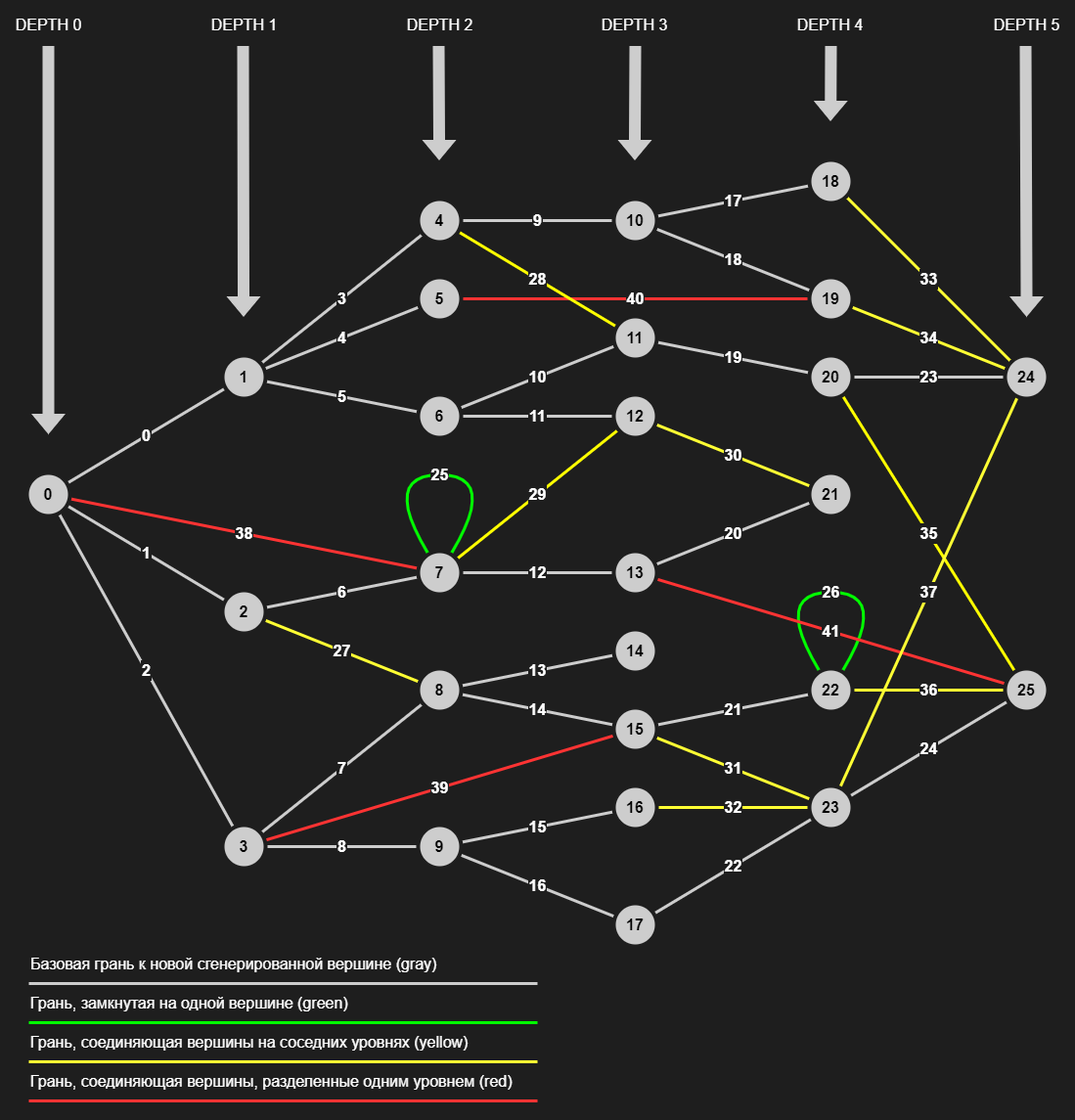
Earlier version of the draw.io export practice/task_04/graph.png (Friend-LGA/uni_course_cpp). Source tidied: cells renumbered, new cells last; positions are measured from the earlier drawing's top-left corner, leaving out a move shared by most shapes.
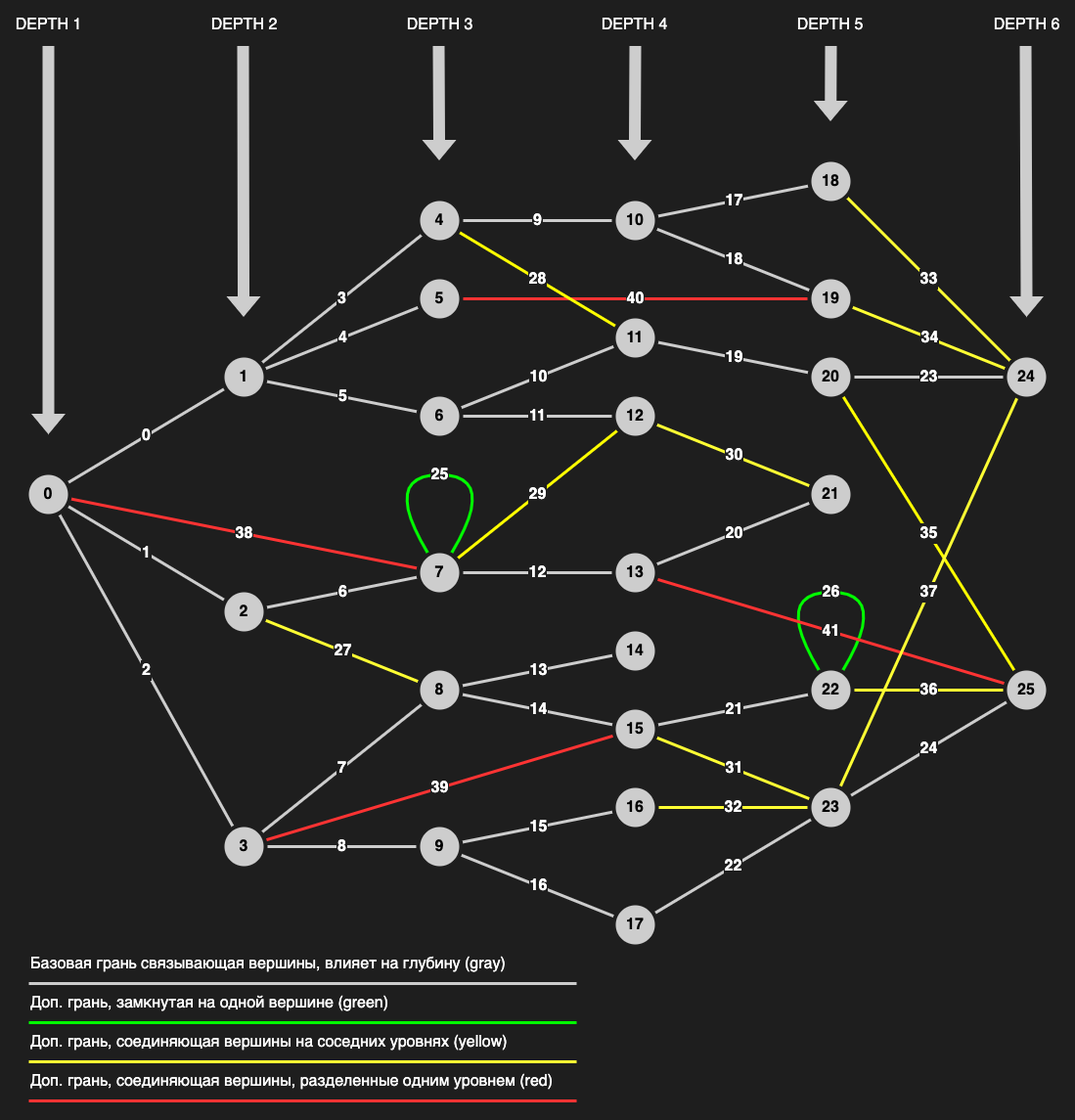
After the change.

What changed in the source:
```diff
@@ -192,42 +192,42 @@
     <mxCell id="61" value="24" style="ellipse;strokeColor=none;fontStyle=1;fontSize=16;fillColor=#CDCDCD;html=1;whiteSpace=wrap;labelBorderColor=none;verticalAlign=middle;align=center;" parent="1" vertex="1">
       <mxGeometry x="1000" y="320" width="40" height="40" as="geometry" />
     </mxCell>
-    <mxCell id="62" value="DEPTH 0" style="shape=flexArrow;endArrow=classic;html=1;fillColor=#CDCDCD;fontSize=16;fontStyle=0;fontColor=#FFFFFF;labelBackgroundColor=none;strokeWidth=3;strokeColor=none;rounded=1;" parent="1" edge="1">
+    <mxCell id="62" value="DEPTH 1" style="shape=flexArrow;endArrow=classic;html=1;fillColor=#CDCDCD;fontSize=16;fontStyle=0;fontColor=#FFFFFF;labelBackgroundColor=none;strokeWidth=3;strokeColor=none;rounded=1;" parent="1" edge="1">
       <mxGeometry x="-1" y="-20" relative="1" as="geometry">
         <mxPoint x="20" as="sourcePoint" />
         <mxPoint x="20" y="400" as="targetPoint" />
         <mxPoint x="20" y="-20" as="offset" />
       </mxGeometry>
     </mxCell>
-    <mxCell id="63" value="DEPTH 1&lt;br&gt;" style="shape=flexArrow;endArrow=classic;html=1;fillColor=#CDCDCD;fontSize=16;fontStyle=0;fontColor=#FFFFFF;labelBackgroundColor=none;strokeWidth=3;strokeColor=none;rounded=1;" parent="1" edge="1">
+    <mxCell id="63" value="DEPTH 2" style="shape=flexArrow;endArrow=classic;html=1;fillColor=#CDCDCD;fontSize=16;fontStyle=0;fontColor=#FFFFFF;labelBackgroundColor=none;strokeWidth=3;strokeColor=none;rounded=1;" parent="1" edge="1">
       <mxGeometry x="-1" y="20" relative="1" as="geometry">
         <mxPoint x="219" as="sourcePoint" />
         <mxPoint x="219.5" y="280" as="targetPoint" />
         <mxPoint x="-19" y="-20" as="offset" />
       </mxGeometry>
     </mxCell>
-    <mxCell id="64" value="DEPTH 2" style="shape=flexArrow;endArrow=classic;html=1;fillColor=#CDCDCD;fontSize=16;fontStyle=0;fontColor=#FFFFFF;labelBackgroundColor=none;strokeWidth=3;strokeColor=none;rounded=1;" parent="1" edge="1">
+    <mxCell id="64" value="DEPTH 3" style="shape=flexArrow;endArrow=classic;html=1;fillColor=#CDCDCD;fontSize=16;fontStyle=0;fontColor=#FFFFFF;labelBackgroundColor=none;strokeWidth=3;strokeColor=none;rounded=1;" parent="1" edge="1">
       <mxGeometry x="-1" y="20" relative="1" as="geometry">
         <mxPoint x="419" as="sourcePoint" />
         <mxPoint x="419.5" y="120" as="targetPoint" />
         <mxPoint x="-19" y="-20" as="offset" />
       </mxGeometry>
     </mxCell>
-    <mxCell id="65" value="DEPTH 3&lt;br&gt;" style="shape=flexArrow;endArrow=classic;html=1;fillColor=#CDCDCD;fontSize=16;fontStyle=0;fontColor=#FFFFFF;labelBackgroundColor=none;strokeWidth=3;strokeColor=none;rounded=1;" parent="1" edge="1">
+    <mxCell id="65" value="DEPTH 4" style="shape=flexArrow;endArrow=classic;html=1;fillColor=#CDCDCD;fontSize=16;fontStyle=0;fontColor=#FFFFFF;labelBackgroundColor=none;strokeWidth=3;strokeColor=none;rounded=1;" parent="1" edge="1">
       <mxGeometry x="-1" y="-20" relative="1" as="geometry">
         <mxPoint x="620" as="sourcePoint" />
         <mxPoint x="619.5" y="120" as="targetPoint" />
         <mxPoint x="19" y="-20" as="offset" />
       </mxGeometry>
     </mxCell>
-    <mxCell id="66" value="DEPTH 4" style="shape=flexArrow;endArrow=classic;html=1;fillColor=#CDCDCD;fontSize=16;fontStyle=0;fontColor=#FFFFFF;labelBackgroundColor=none;strokeWidth=3;strokeColor=none;rounded=1;" parent="1" edge="1">
+    <mxCell id="66" value="DEPTH 5" style="shape=flexArrow;endArrow=classic;html=1;fillColor=#CDCDCD;fontSize=16;fontStyle=0;fontColor=#FFFFFF;labelBackgroundColor=none;strokeWidth=3;strokeColor=none;rounded=1;" parent="1" edge="1">
       <mxGeometry x="-1" y="-20" relative="1" as="geometry">
         <mxPoint x="820" as="sourcePoint" />
         <mxPoint x="819.5" y="80" as="targetPoint" />
         <mxPoint x="19" y="-20" as="offset" />
       </mxGeometry>
     </mxCell>
-    <mxCell id="67" value="DEPTH 5&lt;br&gt;" style="shape=flexArrow;endArrow=classic;html=1;fillColor=#CDCDCD;fontSize=16;fontStyle=0;fontColor=#FFFFFF;labelBackgroundColor=none;strokeWidth=3;strokeColor=none;rounded=1;" parent="1" edge="1">
+    <mxCell id="67" value="DEPTH 6" style="shape=flexArrow;endArrow=classic;html=1;fillColor=#CDCDCD;fontSize=16;fontStyle=0;fontColor=#FFFFFF;labelBackgroundColor=none;strokeWidth=3;strokeColor=none;rounded=1;" parent="1" edge="1">
       <mxGeometry x="-1" y="20" relative="1" as="geometry">
         <mxPoint x="1019" as="sourcePoint" />
         <mxPoint x="1020" y="280" as="targetPoint" />
@@ -249,27 +249,27 @@
     <mxCell id="72" value="28" style="endArrow=none;endFill=0;fontSize=16;strokeWidth=3;labelBackgroundColor=#1e1e1e;fontColor=#FFFFFF;fontStyle=1;spacing=2;labelBorderColor=#1e1e1e;verticalAlign=middle;horizontal=1;html=1;shadow=0;jumpSize=6;targetPerimeterSpacing=4;sourcePerimeterSpacing=4;strokeColor=#FFFF00;" parent="1" edge="1" source="12" target="42">
       <mxGeometry relative="1" as="geometry" />
     </mxCell>
-    <mxCell id="73" value="Базовая грань к новой сгенерированной вершине (gray)" style="endArrow=none;endFill=0;fontSize=16;strokeWidth=3;labelBackgroundColor=none;fontColor=#FFFFFF;fontStyle=0;spacing=2;labelBorderColor=none;verticalAlign=middle;horizontal=1;html=1;shadow=0;strokeColor=#CDCDCD;jumpSize=6;targetPerimeterSpacing=4;sourcePerimeterSpacing=4;align=left;" parent="1" edge="1">
+    <mxCell id="73" value="Базовая грань связывающая вершины, влияет на глубину (gray)" style="endArrow=none;endFill=0;fontSize=16;strokeWidth=3;labelBackgroundColor=none;fontColor=#FFFFFF;fontStyle=0;spacing=2;labelBorderColor=none;verticalAlign=middle;horizontal=1;html=1;shadow=0;strokeColor=#CDCDCD;jumpSize=6;targetPerimeterSpacing=4;sourcePerimeterSpacing=4;align=left;" parent="1" edge="1">
       <mxGeometry x="-1" y="20" relative="1" as="geometry">
         <mxPoint y="960" as="sourcePoint" />
-        <mxPoint x="520" y="960" as="targetPoint" />
+        <mxPoint x="560" y="960" as="targetPoint" />
       </mxGeometry>
     </mxCell>
-    <mxCell id="74" value="Грань, замкнутая на одной вершине (green)" style="edgeStyle=none;orthogonalLoop=1;jettySize=auto;endArrow=none;endFill=0;fontSize=16;strokeWidth=3;labelBackgroundColor=none;fontColor=#FFFFFF;fontStyle=0;spacing=2;labelBorderColor=none;verticalAlign=middle;horizontal=1;html=1;shadow=0;jumpSize=6;targetPerimeterSpacing=4;sourcePerimeterSpacing=4;strokeColor=#00FF00;align=left;rounded=0;" parent="1" edge="1">
+    <mxCell id="74" value="Доп. грань, замкнутая на одной вершине (green)" style="edgeStyle=none;orthogonalLoop=1;jettySize=auto;endArrow=none;endFill=0;fontSize=16;strokeWidth=3;labelBackgroundColor=none;fontColor=#FFFFFF;fontStyle=0;spacing=2;labelBorderColor=none;verticalAlign=middle;horizontal=1;html=1;shadow=0;jumpSize=6;targetPerimeterSpacing=4;sourcePerimeterSpacing=4;strokeColor=#00FF00;align=left;rounded=0;" parent="1" edge="1">
       <mxGeometry x="-1" y="20" relative="1" as="geometry">
         <mxPoint y="1000" as="sourcePoint" />
-        <mxPoint x="520" y="1000" as="targetPoint" />
+        <mxPoint x="560" y="1000" as="targetPoint" />
       </mxGeometry>
     </mxCell>
-    <mxCell id="75" value="Грань, соединяющая вершины на соседних уровнях (yellow)" style="endArrow=none;endFill=0;fontSize=16;strokeWidth=3;labelBackgroundColor=none;fontColor=#FFFFFF;fontStyle=0;spacing=2;labelBorderColor=none;verticalAlign=middle;horizontal=1;html=1;shadow=0;jumpSize=6;targetPerimeterSpacing=4;sourcePerimeterSpacing=4;strokeColor=#FFFF33;align=left;" parent="1" edge="1">
+    <mxCell id="75" value="Доп. грань, соединяющая вершины на соседних уровнях (yellow)" style="endArrow=none;endFill=0;fontSize=16;strokeWidth=3;labelBackgroundColor=none;fontColor=#FFFFFF;fontStyle=0;spacing=2;labelBorderColor=none;verticalAlign=middle;horizontal=1;html=1;shadow=0;jumpSize=6;targetPerimeterSpacing=4;sourcePerimeterSpacing=4;strokeColor=#FFFF33;align=left;" parent="1" edge="1">
       <mxGeometry x="1" y="-20" relative="1" as="geometry">
-        <mxPoint x="520" y="1040" as="sourcePoint" />
+        <mxPoint x="560" y="1040" as="sourcePoint" />
         <mxPoint y="1040" as="targetPoint" />
       </mxGeometry>
     </mxCell>
-    <mxCell id="76" value="Грань, соединяющая вершины, разделенные одним уровнем (red)" style="endArrow=none;endFill=0;fontSize=16;strokeWidth=3;labelBackgroundColor=none;fontColor=#FFFFFF;fontStyle=0;spacing=2;labelBorderColor=none;verticalAlign=middle;horizontal=1;html=1;shadow=0;jumpSize=6;targetPerimeterSpacing=4;sourcePerimeterSpacing=4;strokeColor=#FF3333;align=left;" parent="1" edge="1">
+    <mxCell id="76" value="Доп. грань, соединяющая вершины, разделенные одним уровнем (red)" style="endArrow=none;endFill=0;fontSize=16;strokeWidth=3;labelBackgroundColor=none;fontColor=#FFFFFF;fontStyle=0;spacing=2;labelBorderColor=none;verticalAlign=middle;horizontal=1;html=1;shadow=0;jumpSize=6;targetPerimeterSpacing=4;sourcePerimeterSpacing=4;strokeColor=#FF3333;align=left;" parent="1" edge="1">
       <mxGeometry x="1" y="-20" relative="1" as="geometry">
-        <mxPoint x="520" y="1080" as="sourcePoint" />
+        <mxPoint x="560" y="1080" as="sourcePoint" />
         <mxPoint y="1080" as="targetPoint" />
       </mxGeometry>
     </mxCell>
```
